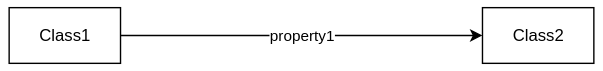
Before: visual-models/test-diagram.drawio.svg, a diagram exported from draw.io (rohitadeshmukh13/IM-Test). Source tidied: cells renumbered, new cells last; positions are measured from the earlier drawing's top-left corner, leaving out a move shared by most shapes.
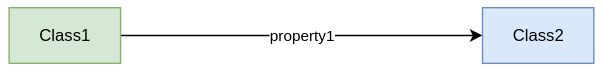
The same diagram one commit later.

Diff of the diagram source:
```diff
@@ -5,10 +5,10 @@
     <mxCell id="2" value="property1" style="edgeStyle=orthogonalEdgeStyle;rounded=0;jettySize=auto;html=1;" parent="1" edge="1" source="3" target="4">
       <mxGeometry relative="1" as="geometry" />
     </mxCell>
-    <mxCell id="3" value="Class1" style="rounded=0;whiteSpace=wrap;html=1;" parent="1" vertex="1">
+    <mxCell id="3" value="Class1" style="rounded=0;whiteSpace=wrap;html=1;fillColor=#d5e8d4;strokeColor=#82b366;" parent="1" vertex="1">
       <mxGeometry width="80" height="40" as="geometry" />
     </mxCell>
-    <mxCell id="4" value="Class2" style="rounded=0;whiteSpace=wrap;html=1;" parent="1" vertex="1">
+    <mxCell id="4" value="Class2" style="rounded=0;whiteSpace=wrap;html=1;fillColor=#dae8fc;strokeColor=#6c8ebf;" parent="1" vertex="1">
       <mxGeometry x="340" width="80" height="40" as="geometry" />
     </mxCell>
   </root>
```
